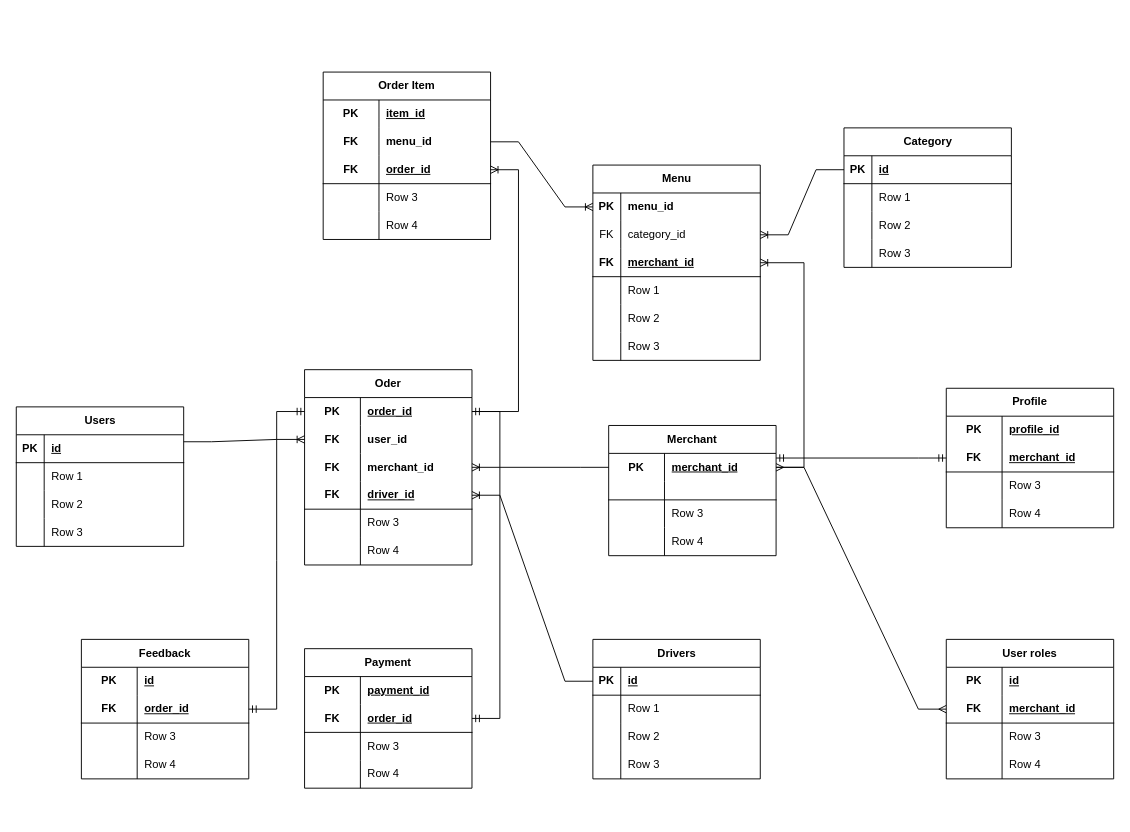
Above: server/src/diagram/Untitled Diagram.drawio in Henri280100/My-Order-App (draw.io), before the change. Source tidied: cells renumbered, new cells numbered last; positions are measured from the earlier drawing's top-left corner, leaving out a move shared by most shapes. Both pictures are drawn from the tidied source at 93%, with x=0, y=0 at pixel (16, -21).
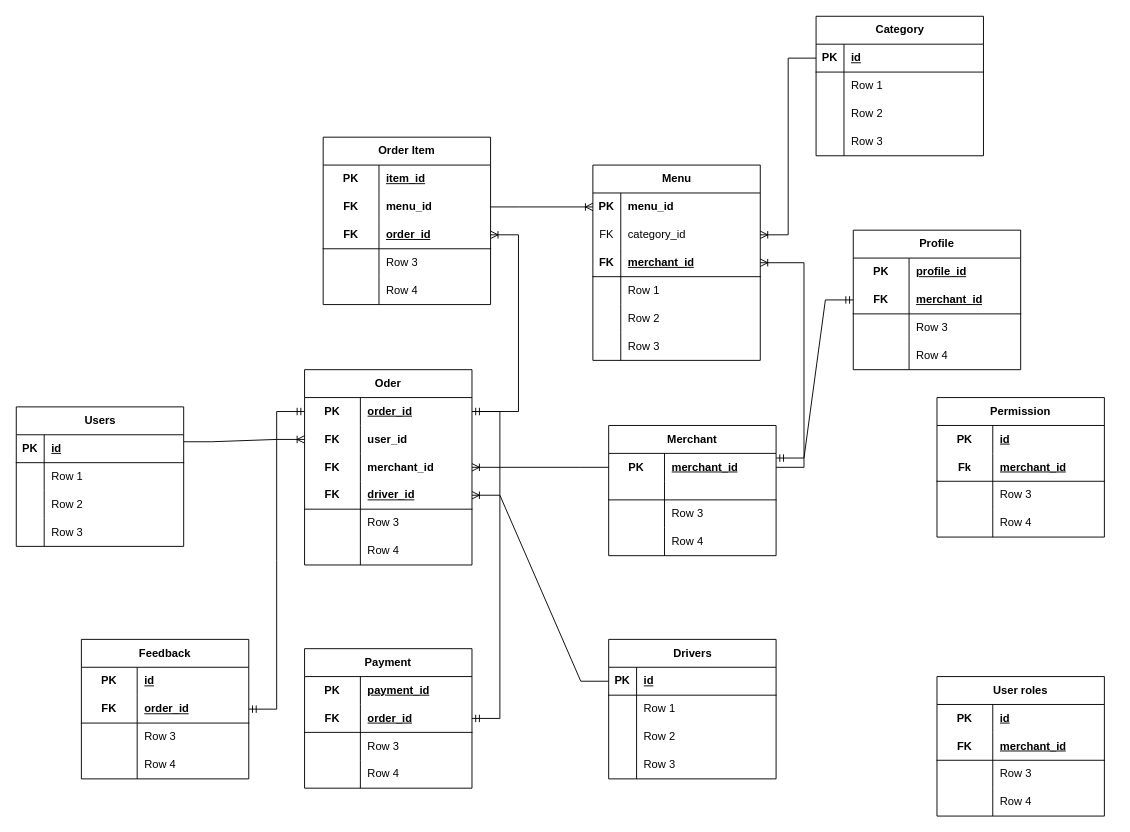
The same diagram, later.

The change refers to these unchanged cells:
```xml
<mxCell id="3" style="shape=tableRow;horizontal=0;startSize=0;swimlaneHead=0;swimlaneBody=0;fillColor=none;points=[[0,0.5],[1,0.5]];portConstraint=eastwest;top=0;left=0;right=0;bottom=0;html=1;" parent="2" vertex="1">
  <mxGeometry y="30" width="180" height="30" as="geometry" />
</mxCell>
<mxCell id="161" style="shape=tableRow;horizontal=0;startSize=0;swimlaneHead=0;swimlaneBody=0;fillColor=none;points=[[0,0.5],[1,0.5]];portConstraint=eastwest;top=0;left=0;right=0;bottom=1;html=1;" parent="157" vertex="1">
  <mxGeometry y="60" width="180" height="30" as="geometry" />
</mxCell>
```

Change to the diagram source:
```diff
@@
     <mxCell id="34" value="Profile" style="shape=table;startSize=30;childLayout=tableLayout;rowLines=0;fontStyle=1;align=center;html=1;whiteSpace=wrap;" parent="1" vertex="1">
-      <mxGeometry x="1000" y="440" width="180" height="150" as="geometry" />
+      <mxGeometry x="900" y="270" width="180" height="150" as="geometry" />
     </mxCell>
@@
     <mxCell id="49" value="Order Item" style="shape=table;startSize=30;childLayout=tableLayout;rowLines=0;fontStyle=1;align=center;html=1;whiteSpace=wrap;" parent="1" vertex="1">
-      <mxGeometry x="330" y="100" width="180" height="180" as="geometry" />
+      <mxGeometry x="330" y="170" width="180" height="180" as="geometry" />
     </mxCell>
@@
     <mxCell id="87" value="Category" style="shape=table;startSize=30;childLayout=tableLayout;rowLines=0;fontStyle=1;align=center;html=1;" parent="1" vertex="1">
-      <mxGeometry x="890" y="160" width="180" height="150" as="geometry" />
+      <mxGeometry x="860" y="40" width="180" height="150" as="geometry" />
     </mxCell>
@@
     <mxCell id="143" value="Drivers" style="shape=table;startSize=30;childLayout=tableLayout;rowLines=0;fontStyle=1;align=center;html=1;" parent="1" vertex="1">
-      <mxGeometry x="620" y="710" width="180" height="150" as="geometry" />
+      <mxGeometry x="637" y="710" width="180" height="150" as="geometry" />
     </mxCell>
@@
     <mxCell id="157" value="User roles" style="shape=table;startSize=30;childLayout=tableLayout;rowLines=0;fontStyle=1;align=center;html=1;whiteSpace=wrap;" parent="1" vertex="1">
-      <mxGeometry x="1000" y="710" width="180" height="150" as="geometry" />
+      <mxGeometry x="990" y="750" width="180" height="150" as="geometry" />
     </mxCell>
@@
-    <mxCell id="170" style="edgeStyle=entityRelationEdgeStyle;fontSize=12;html=1;endArrow=ERmany;startArrow=ERmany;rounded=0;entryX=0;entryY=0.5;entryDx=0;entryDy=0;exitX=1;exitY=0.5;exitDx=0;exitDy=0;" parent="1" edge="1" source="3" target="161">
-      <mxGeometry relative="1" as="geometry" />
-    </mxCell>
+    <mxCell id="171" value="Permission" style="shape=table;startSize=30;childLayout=tableLayout;rowLines=0;fontStyle=1;align=center;html=1;whiteSpace=wrap;" parent="1" vertex="1">
+      <mxGeometry x="990" y="450" width="180" height="150" as="geometry" />
+    </mxCell>
+    <mxCell id="172" style="shape=tableRow;horizontal=0;startSize=0;swimlaneHead=0;swimlaneBody=0;fillColor=none;top=0;left=0;right=0;bottom=0;html=1;" parent="171" vertex="1">
+      <mxGeometry y="30" width="180" height="30" as="geometry" />
+    </mxCell>
+    <mxCell id="173" value="PK" style="shape=partialRectangle;fillColor=none;top=0;left=0;bottom=0;right=0;fontStyle=1;overflow=hidden;html=1;whiteSpace=wrap;" parent="172" vertex="1">
+      <mxGeometry width="60" height="30" as="geometry" />
+    </mxCell>
+    <mxCell id="174" value="id" style="shape=partialRectangle;fillColor=none;top=0;left=0;bottom=0;right=0;align=left;spacingLeft=6;fontStyle=5;overflow=hidden;html=1;whiteSpace=wrap;" parent="172" vertex="1">
+      <mxGeometry x="60" width="120" height="30" as="geometry" />
+    </mxCell>
+    <mxCell id="175" style="shape=tableRow;horizontal=0;startSize=0;swimlaneHead=0;swimlaneBody=0;fillColor=none;top=0;left=0;right=0;bottom=1;html=1;" parent="171" vertex="1">
+      <mxGeometry y="60" width="180" height="30" as="geometry" />
+    </mxCell>
+    <mxCell id="176" value="Fk" style="shape=partialRectangle;fillColor=none;top=0;left=0;bottom=0;right=0;fontStyle=1;overflow=hidden;html=1;whiteSpace=wrap;" parent="175" vertex="1">
+      <mxGeometry width="60" height="30" as="geometry" />
+    </mxCell>
+    <mxCell id="177" value="merchant_id" style="shape=partialRectangle;fillColor=none;top=0;left=0;bottom=0;right=0;align=left;spacingLeft=6;fontStyle=5;overflow=hidden;html=1;whiteSpace=wrap;" parent="175" vertex="1">
+      <mxGeometry x="60" width="120" height="30" as="geometry" />
+    </mxCell>
+    <mxCell id="178" style="shape=tableRow;horizontal=0;startSize=0;swimlaneHead=0;swimlaneBody=0;fillColor=none;top=0;left=0;right=0;bottom=0;html=1;" parent="171" vertex="1">
+      <mxGeometry y="90" width="180" height="30" as="geometry" />
+    </mxCell>
+    <mxCell id="179" style="shape=partialRectangle;fillColor=none;top=0;left=0;bottom=0;right=0;overflow=hidden;html=1;whiteSpace=wrap;" parent="178" vertex="1">
+      <mxGeometry width="60" height="30" as="geometry" />
+    </mxCell>
+    <mxCell id="180" value="Row 3" style="shape=partialRectangle;fillColor=none;top=0;left=0;bottom=0;right=0;align=left;spacingLeft=6;overflow=hidden;html=1;whiteSpace=wrap;" parent="178" vertex="1">
+      <mxGeometry x="60" width="120" height="30" as="geometry" />
+    </mxCell>
+    <mxCell id="181" style="shape=tableRow;horizontal=0;startSize=0;swimlaneHead=0;swimlaneBody=0;fillColor=none;top=0;left=0;right=0;bottom=0;html=1;" parent="171" vertex="1">
+      <mxGeometry y="120" width="180" height="30" as="geometry" />
+    </mxCell>
+    <mxCell id="182" style="shape=partialRectangle;fillColor=none;top=0;left=0;bottom=0;right=0;overflow=hidden;html=1;whiteSpace=wrap;" parent="181" vertex="1">
+      <mxGeometry width="60" height="30" as="geometry" />
+    </mxCell>
+    <mxCell id="183" value="Row 4" style="shape=partialRectangle;fillColor=none;top=0;left=0;bottom=0;right=0;align=left;spacingLeft=6;overflow=hidden;html=1;whiteSpace=wrap;" parent="181" vertex="1">
+      <mxGeometry x="60" width="120" height="30" as="geometry" />
+    </mxCell>
```
